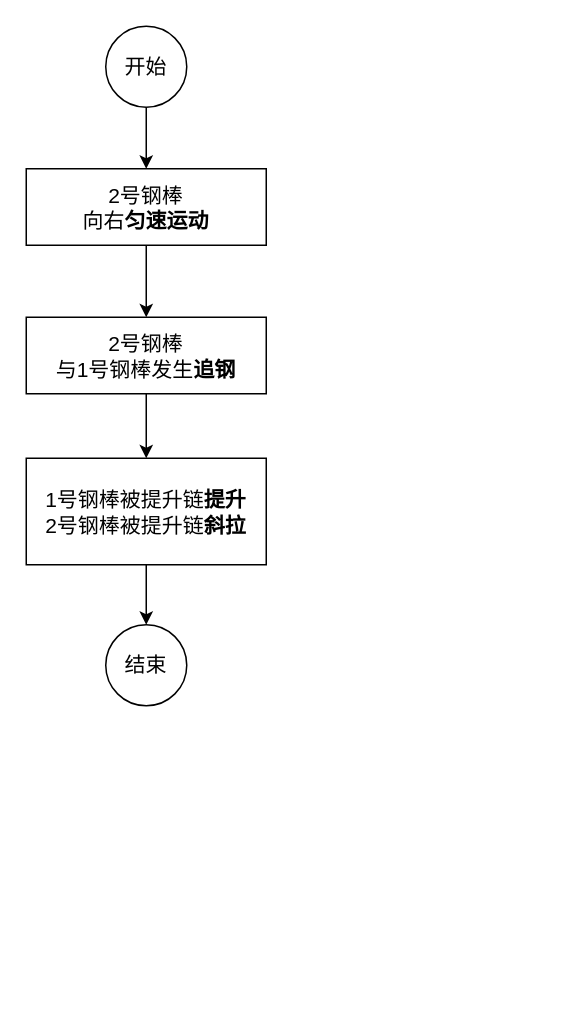
LucasGoodman/draw.io keeps this draw.io diagram as Untitled Diagram.drawio. Above is the earlier version. Source tidied: cells renumbered, new cells numbered last; positions are measured from the earlier drawing's top-left corner, leaving out a move shared by most shapes. Both pictures are drawn from the tidied source at 150%, with x=0, y=0 at pixel (26, 26).
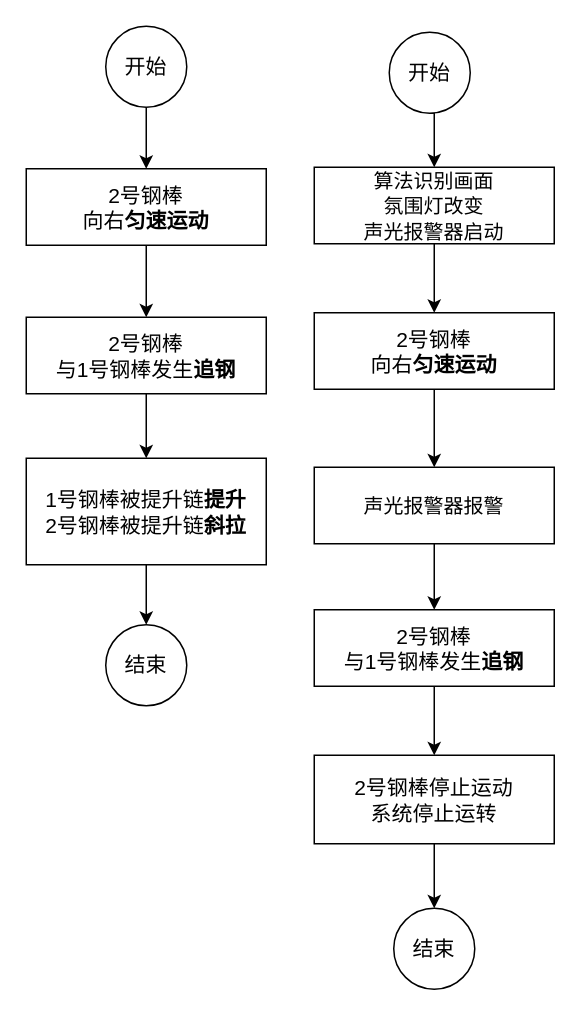
The same diagram, later.

The edit, as a diff of the source:
```diff
@@
+    <mxCell id="11" style="edgeStyle=orthogonalEdgeStyle;rounded=0;jettySize=auto;html=1;exitX=0.5;exitY=1;exitDx=0;exitDy=0;entryX=0.5;entryY=0;entryDx=0;entryDy=0;fontSize=14;" parent="1" edge="1" source="12" target="23">
+      <mxGeometry relative="1" as="geometry" />
+    </mxCell>
+    <mxCell id="12" value="2号钢棒&lt;br style=&quot;font-size: 14px&quot;&gt;向右&lt;b&gt;匀速运动&lt;/b&gt;" style="rounded=0;whiteSpace=wrap;html=1;fontSize=14;" parent="1" vertex="1">
+      <mxGeometry x="192" y="191" width="160" height="51" as="geometry" />
+    </mxCell>
+    <mxCell id="13" style="edgeStyle=orthogonalEdgeStyle;rounded=0;jettySize=auto;html=1;exitX=0.5;exitY=1;exitDx=0;exitDy=0;entryX=0.5;entryY=0;entryDx=0;entryDy=0;fontSize=14;" parent="1" edge="1" source="14" target="16">
+      <mxGeometry relative="1" as="geometry" />
+    </mxCell>
+    <mxCell id="14" value="2号钢棒&lt;br style=&quot;font-size: 14px&quot;&gt;与1号钢棒发生&lt;b&gt;追钢&lt;/b&gt;" style="rounded=0;whiteSpace=wrap;html=1;fontSize=14;" parent="1" vertex="1">
+      <mxGeometry x="192" y="389" width="160" height="51" as="geometry" />
+    </mxCell>
+    <mxCell id="15" style="edgeStyle=orthogonalEdgeStyle;rounded=0;jettySize=auto;html=1;exitX=0.5;exitY=1;exitDx=0;exitDy=0;fontSize=14;" parent="1" edge="1" source="16" target="19">
+      <mxGeometry relative="1" as="geometry" />
+    </mxCell>
+    <mxCell id="16" value="2号钢棒停止运动&lt;br&gt;系统停止运转" style="rounded=0;whiteSpace=wrap;html=1;fontSize=14;" parent="1" vertex="1">
+      <mxGeometry x="192" y="486" width="160" height="59" as="geometry" />
+    </mxCell>
+    <mxCell id="17" style="edgeStyle=orthogonalEdgeStyle;rounded=0;jettySize=auto;html=1;exitX=0.5;exitY=1;exitDx=0;exitDy=0;entryX=0.5;entryY=0;entryDx=0;entryDy=0;fontSize=14;" parent="1" edge="1" source="18" target="21">
+      <mxGeometry relative="1" as="geometry" />
+    </mxCell>
+    <mxCell id="18" value="开始" style="ellipse;whiteSpace=wrap;html=1;fontSize=14;" parent="1" vertex="1">
+      <mxGeometry x="242" y="4" width="54" height="54" as="geometry" />
+    </mxCell>
+    <mxCell id="19" value="结束" style="ellipse;whiteSpace=wrap;html=1;fontSize=14;" parent="1" vertex="1">
+      <mxGeometry x="245" y="588" width="54" height="54" as="geometry" />
+    </mxCell>
+    <mxCell id="20" style="edgeStyle=orthogonalEdgeStyle;rounded=0;jettySize=auto;html=1;exitX=0.5;exitY=1;exitDx=0;exitDy=0;entryX=0.5;entryY=0;entryDx=0;entryDy=0;fontSize=14;" parent="1" edge="1" source="21" target="12">
+      <mxGeometry relative="1" as="geometry" />
+    </mxCell>
+    <mxCell id="21" value="&lt;span style=&quot;font-family: &amp;#34;arial&amp;#34; ; font-size: 13.3333px ; text-align: left ; background-color: rgb(255 , 255 , 255)&quot;&gt;算法识别画面&lt;br&gt;氛围灯改变&lt;br&gt;声光报警器启动&lt;br&gt;&lt;/span&gt;" style="rounded=0;whiteSpace=wrap;html=1;fontSize=14;" parent="1" vertex="1">
+      <mxGeometry x="192" y="94" width="160" height="51" as="geometry" />
+    </mxCell>
+    <mxCell id="22" style="edgeStyle=orthogonalEdgeStyle;rounded=0;jettySize=auto;html=1;exitX=0.5;exitY=1;exitDx=0;exitDy=0;fontSize=14;" parent="1" edge="1" source="23" target="14">
+      <mxGeometry relative="1" as="geometry" />
+    </mxCell>
+    <mxCell id="23" value="&lt;div style=&quot;text-align: left&quot;&gt;&lt;font face=&quot;arial&quot;&gt;&lt;span style=&quot;font-size: 13.3333px ; background-color: rgb(255 , 255 , 255)&quot;&gt;声光报警器报警&lt;/span&gt;&lt;/font&gt;&lt;/div&gt;" style="rounded=0;whiteSpace=wrap;html=1;fontSize=14;" parent="1" vertex="1">
+      <mxGeometry x="192" y="294" width="160" height="51" as="geometry" />
+    </mxCell>
```
